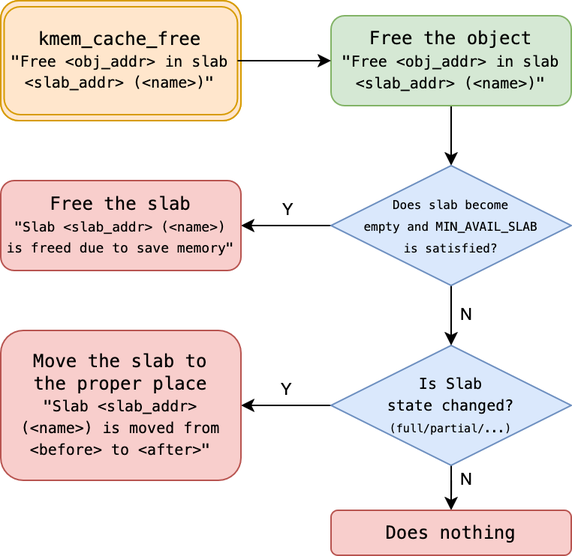
Earlier version of the draw.io export doc/img/mp2-slab-free.png (Shiritai/xv6-ntu-mp). Source tidied: cells renumbered, new cells last; positions are measured from the earlier drawing's top-left corner, leaving out a move shared by most shapes.
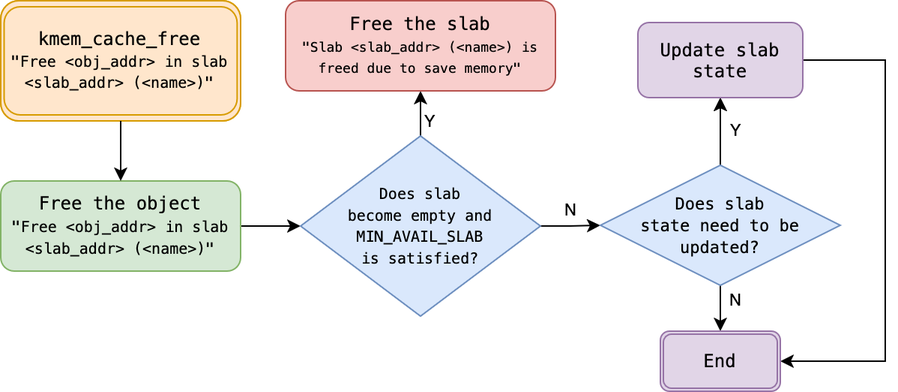
Later version of the same file.

Commit message:
[doc] Fix misleading flowchart and update doc

Diff of the diagram source:
```diff
@@ -2,63 +2,85 @@
   <root>
     <mxCell id="0" />
     <mxCell id="1" parent="0" />
-    <mxCell id="2" style="edgeStyle=orthogonalEdgeStyle;rounded=0;jettySize=auto;html=1;entryX=1;entryY=0.5;entryDx=0;entryDy=0;" parent="1" edge="1" source="5" target="6">
-      <mxGeometry relative="1" as="geometry" />
-    </mxCell>
-    <mxCell id="3" value="Y" style="edgeLabel;html=1;align=center;verticalAlign=middle;labelBackgroundColor=none;" parent="2" vertex="1">
-      <mxGeometry x="-0.21" y="1" relative="1" as="geometry">
-        <mxPoint x="-7" y="-11" as="offset" />
-      </mxGeometry>
-    </mxCell>
-    <mxCell id="4" value="N" style="edgeStyle=orthogonalEdgeStyle;rounded=0;jettySize=auto;html=1;entryX=0.5;entryY=0;entryDx=0;entryDy=0;labelBackgroundColor=none;" parent="1" edge="1" source="5" target="13">
-      <mxGeometry x="-0.6" y="10" relative="1" as="geometry" />
-    </mxCell>
-    <mxCell id="5" value="&lt;div&gt;&lt;font style=&quot;font-size: 10px;&quot; face=&quot;MesloLGM Nerd Font&quot;&gt;Is Slab&lt;/font&gt;&lt;/div&gt;&lt;div&gt;&lt;font style=&quot;font-size: 10px;&quot; face=&quot;MesloLGM Nerd Font&quot;&gt;state &lt;/font&gt;&lt;font style=&quot;font-size: 10px;&quot; face=&quot;MesloLGM Nerd Font&quot;&gt;changed?&lt;/font&gt;&lt;/div&gt;&lt;div&gt;&lt;font style=&quot;font-size: 7.5px;&quot; face=&quot;MesloLGM Nerd Font&quot;&gt;(full/partial/...)&lt;/font&gt;&lt;/div&gt;" style="rhombus;whiteSpace=wrap;html=1;fillColor=#dae8fc;strokeColor=#6c8ebf;rounded=0;" parent="1" vertex="1">
-      <mxGeometry x="220" y="230" width="160" height="80" as="geometry" />
-    </mxCell>
-    <mxCell id="6" value="&lt;div&gt;&lt;font face=&quot;MesloLGM Nerd Font&quot;&gt;Move the slab to&lt;/font&gt;&lt;/div&gt;&lt;div&gt;&lt;font face=&quot;MesloLGM Nerd Font&quot;&gt;the proper place&lt;/font&gt;&lt;/div&gt;&lt;div&gt;&lt;font style=&quot;font-size: 10px;&quot; face=&quot;MesloLGM Nerd Font&quot;&gt;&quot;Slab &amp;lt;slab_addr&amp;gt; (&amp;lt;name&amp;gt;) is moved from &amp;lt;before&amp;gt; to &amp;lt;after&amp;gt;&quot;&lt;/font&gt;&lt;/div&gt;" style="rounded=1;whiteSpace=wrap;html=1;fillColor=#f8cecc;strokeColor=#b85450;spacingLeft=4;spacingRight=4;horizontal=1;" parent="1" vertex="1">
-      <mxGeometry y="220" width="160" height="100" as="geometry" />
-    </mxCell>
-    <mxCell id="7" style="edgeStyle=orthogonalEdgeStyle;rounded=0;jettySize=auto;html=1;entryX=0.5;entryY=0;entryDx=0;entryDy=0;" parent="1" edge="1" source="8" target="18">
+    <mxCell id="7" style="edgeStyle=orthogonalEdgeStyle;rounded=0;jettySize=auto;html=1;entryX=0;entryY=0.5;entryDx=0;entryDy=0;" parent="1" edge="1" source="8" target="18">
       <mxGeometry relative="1" as="geometry" />
     </mxCell>
     <mxCell id="8" value="&lt;div&gt;&lt;font face=&quot;MesloLGM Nerd Font&quot;&gt;Free the object&lt;br&gt;&lt;font style=&quot;font-size: 10px;&quot;&gt;&quot;Free &amp;lt;obj_addr&amp;gt; in slab &amp;lt;slab_addr&amp;gt; (&amp;lt;name&amp;gt;)&quot;&lt;/font&gt;&lt;/font&gt;&lt;/div&gt;" style="rounded=1;whiteSpace=wrap;html=1;fillColor=#d5e8d4;strokeColor=#82b366;" parent="1" vertex="1">
-      <mxGeometry x="220" y="10" width="160" height="60" as="geometry" />
+      <mxGeometry x="-60" y="150" width="160" height="60" as="geometry" />
     </mxCell>
-    <mxCell id="9" style="group;" parent="1" vertex="1">
-      <mxGeometry width="160" height="80" as="geometry" />
-    </mxCell>
-    <mxCell id="10" value="&lt;font face=&quot;MesloLGM Nerd Font&quot;&gt;kmem_cache_alloc&lt;/font&gt;" style="rounded=1;whiteSpace=wrap;html=1;fillColor=#ffe6cc;strokeColor=#d79b00;glass=0;" parent="9" vertex="1">
-      <mxGeometry width="160" height="80" as="geometry" />
-    </mxCell>
-    <mxCell id="11" value="&lt;font face=&quot;MesloLGM Nerd Font&quot;&gt;kmem_cache_alloc&lt;/font&gt;" style="rounded=1;whiteSpace=wrap;html=1;fillColor=#ffe6cc;strokeColor=#d79b00;glass=0;" parent="9" vertex="1">
-      <mxGeometry width="160" height="80" as="geometry" />
-    </mxCell>
+    <mxCell id="20" style="group;" parent="1" vertex="1">
+      <mxGeometry x="-60" y="30" width="160" height="80" as="geometry" />
+    </mxCell>
+    <mxCell id="21" value="&lt;font face=&quot;MesloLGM Nerd Font&quot;&gt;kmem_cache_alloc&lt;/font&gt;" style="rounded=1;whiteSpace=wrap;html=1;fillColor=#ffe6cc;strokeColor=#d79b00;glass=0;" parent="20" vertex="1">
+      <mxGeometry width="160" height="80" as="geometry" />
+    </mxCell>
+    <mxCell id="22" value="&lt;font face=&quot;MesloLGM Nerd Font&quot;&gt;kmem_cache_alloc&lt;/font&gt;" style="rounded=1;whiteSpace=wrap;html=1;fillColor=#ffe6cc;strokeColor=#d79b00;glass=0;" parent="20" vertex="1">
+      <mxGeometry width="160" height="80" as="geometry" />
+    </mxCell>
-    <mxCell id="12" value="&lt;div&gt;&lt;font face=&quot;MesloLGM Nerd Font&quot;&gt;kmem_cache_free&lt;/font&gt;&lt;/div&gt;&lt;font style=&quot;font-size: 10px;&quot; face=&quot;MesloLGM Nerd Font&quot;&gt;&quot;Free &amp;lt;obj_addr&amp;gt; in slab &amp;lt;slab_addr&amp;gt; (&amp;lt;name&amp;gt;)&quot;&lt;/font&gt;" style="rounded=1;whiteSpace=wrap;html=1;fillColor=#ffe6cc;strokeColor=#d79b00;glass=0;" parent="9" vertex="1">
+    <mxCell id="12" value="&lt;div&gt;&lt;font face=&quot;MesloLGM Nerd Font&quot;&gt;kmem_cache_free&lt;/font&gt;&lt;/div&gt;&lt;font style=&quot;font-size: 10px;&quot; face=&quot;MesloLGM Nerd Font&quot;&gt;&quot;Free &amp;lt;obj_addr&amp;gt; in slab &amp;lt;slab_addr&amp;gt; (&amp;lt;name&amp;gt;)&quot;&lt;/font&gt;" style="rounded=1;whiteSpace=wrap;html=1;fillColor=#ffe6cc;strokeColor=#d79b00;glass=0;" parent="20" vertex="1">
       <mxGeometry x="2.3" y="4" width="155.4" height="72" as="geometry" />
     </mxCell>
-    <mxCell id="13" value="&lt;font face=&quot;MesloLGM Nerd Font&quot;&gt;Does nothing&lt;/font&gt;" style="rounded=1;whiteSpace=wrap;html=1;fillColor=#f8cecc;strokeColor=#b85450;" parent="1" vertex="1">
-      <mxGeometry x="220" y="340" width="160" height="30" as="geometry" />
-    </mxCell>
-    <mxCell id="14" style="edgeStyle=orthogonalEdgeStyle;rounded=0;jettySize=auto;html=1;entryX=0;entryY=0.5;entryDx=0;entryDy=0;" parent="1" edge="1" source="12" target="8">
-      <mxGeometry relative="1" as="geometry" />
-    </mxCell>
-    <mxCell id="15" value="N" style="edgeStyle=orthogonalEdgeStyle;rounded=0;jettySize=auto;html=1;entryX=0.5;entryY=0;entryDx=0;entryDy=0;labelBackgroundColor=none;" parent="1" edge="1" source="18" target="5">
-      <mxGeometry y="10" relative="1" as="geometry" />
-    </mxCell>
+    <mxCell id="23" style="edgeStyle=orthogonalEdgeStyle;rounded=0;jettySize=auto;html=1;entryX=0.5;entryY=0;entryDx=0;entryDy=0;exitX=0.5;exitY=1;exitDx=0;exitDy=0;" parent="1" edge="1" source="22" target="8">
+      <mxGeometry relative="1" as="geometry" />
+    </mxCell>
+    <mxCell id="24" value="N" style="edgeStyle=orthogonalEdgeStyle;rounded=0;jettySize=auto;html=1;labelBackgroundColor=none;exitX=1;exitY=0.5;exitDx=0;exitDy=0;entryX=0;entryY=0.5;entryDx=0;entryDy=0;" parent="1" edge="1" source="18" target="31">
+      <mxGeometry y="10" relative="1" as="geometry" />
+    </mxCell>
-    <mxCell id="16" style="edgeStyle=orthogonalEdgeStyle;rounded=0;jettySize=auto;html=1;entryX=1;entryY=0.5;entryDx=0;entryDy=0;" parent="1" edge="1" source="18" target="19">
+    <mxCell id="16" style="edgeStyle=orthogonalEdgeStyle;rounded=0;jettySize=auto;html=1;entryX=0.5;entryY=1;entryDx=0;entryDy=0;" parent="1" edge="1" source="18" target="19">
       <mxGeometry relative="1" as="geometry" />
     </mxCell>
-    <mxCell id="17" value="Y" style="edgeLabel;html=1;align=center;verticalAlign=middle;labelBackgroundColor=none;" parent="16" vertex="1">
-      <mxGeometry x="-0.15" y="-2" relative="1" as="geometry">
-        <mxPoint x="-4" y="-8" as="offset" />
-      </mxGeometry>
-    </mxCell>
+    <mxCell id="25" value="Y" style="edgeLabel;html=1;align=center;verticalAlign=middle;labelBackgroundColor=none;" parent="16" vertex="1">
+      <mxGeometry x="-0.15" y="-2" relative="1" as="geometry">
+        <mxPoint x="8" y="9" as="offset" />
+      </mxGeometry>
+    </mxCell>
+    <mxCell id="26" style="edgeStyle=orthogonalEdgeStyle;rounded=0;jettySize=auto;html=1;entryX=0.5;entryY=1;entryDx=0;entryDy=0;" parent="1" edge="1" target="x">
+      <mxGeometry relative="1" as="geometry">
+        <mxPoint x="420" y="140" as="sourcePoint" />
+      </mxGeometry>
+    </mxCell>
+    <mxCell id="27" value="Y" style="edgeLabel;html=1;align=center;verticalAlign=middle;labelBackgroundColor=none;" parent="26" vertex="1">
+      <mxGeometry x="-0.21" y="1" relative="1" as="geometry">
+        <mxPoint x="11" y="6" as="offset" />
+      </mxGeometry>
+    </mxCell>
-    <mxCell id="18" value="&lt;div&gt;&lt;font style=&quot;font-size: 8px;&quot; face=&quot;MesloLGM Nerd Font&quot;&gt;Does slab become&lt;/font&gt;&lt;/div&gt;&lt;div&gt;&lt;font style=&quot;font-size: 8px;&quot; face=&quot;MesloLGM Nerd Font&quot;&gt;empty and MIN_AVAIL_SLAB&lt;/font&gt;&lt;/div&gt;&lt;div&gt;&lt;font style=&quot;font-size: 8px;&quot; face=&quot;MesloLGM Nerd Font&quot;&gt;is satisfied?&lt;/font&gt;&lt;/div&gt;" style="rhombus;whiteSpace=wrap;html=1;fillColor=#dae8fc;strokeColor=#6c8ebf;rounded=0;" parent="1" vertex="1">
-      <mxGeometry x="220" y="110" width="160" height="80" as="geometry" />
+    <mxCell id="18" value="&lt;div&gt;&lt;font style=&quot;font-size: 10px;&quot; face=&quot;MesloLGM Nerd Font&quot;&gt;Does slab&lt;/font&gt;&lt;/div&gt;&lt;div&gt;&lt;font style=&quot;font-size: 10px;&quot; face=&quot;MesloLGM Nerd Font&quot;&gt;become empty and&lt;/font&gt;&lt;/div&gt;&lt;div&gt;&lt;font style=&quot;font-size: 10px;&quot; face=&quot;MesloLGM Nerd Font&quot;&gt;MIN_AVAIL_SLAB&lt;/font&gt;&lt;/div&gt;&lt;div&gt;&lt;font style=&quot;font-size: 10px;&quot; face=&quot;MesloLGM Nerd Font&quot;&gt;is satisfied?&lt;/font&gt;&lt;/div&gt;" style="rhombus;whiteSpace=wrap;html=1;fillColor=#dae8fc;strokeColor=#6c8ebf;rounded=0;" parent="1" vertex="1">
+      <mxGeometry x="140" y="120" width="160" height="120" as="geometry" />
     </mxCell>
     <mxCell id="19" value="&lt;div&gt;&lt;font face=&quot;MesloLGM Nerd Font&quot;&gt;Free the slab&lt;/font&gt;&lt;/div&gt;&lt;font style=&quot;font-size: 9px;&quot; face=&quot;MesloLGM Nerd Font&quot;&gt;&quot;Slab &amp;lt;slab_addr&amp;gt; (&amp;lt;name&amp;gt;) is freed due to save memory&quot;&lt;/font&gt;" style="rounded=1;whiteSpace=wrap;html=1;fillColor=#f8cecc;strokeColor=#b85450;spacingLeft=2;spacingRight=2;" parent="1" vertex="1">
-      <mxGeometry y="120" width="160" height="60" as="geometry" />
+      <mxGeometry x="130" y="30" width="180" height="60" as="geometry" />
     </mxCell>
+    <mxCell id="28" style="edgeStyle=orthogonalEdgeStyle;rounded=0;jettySize=auto;html=1;entryX=0.5;entryY=1;entryDx=0;entryDy=0;" parent="1" edge="1" source="31" target="33">
+      <mxGeometry relative="1" as="geometry" />
+    </mxCell>
+    <mxCell id="29" value="N" style="edgeStyle=orthogonalEdgeStyle;rounded=0;jettySize=auto;html=1;entryX=0.5;entryY=0;entryDx=0;entryDy=0;labelBackgroundColor=none;" parent="1" edge="1" source="31" target="35">
+      <mxGeometry x="0.19" y="10" relative="1" as="geometry" />
+    </mxCell>
+    <mxCell id="30" value="&lt;div&gt;Y&lt;/div&gt;" style="edgeStyle=orthogonalEdgeStyle;rounded=0;jettySize=auto;html=1;labelBackgroundColor=none;" parent="1" edge="1" source="31" target="33">
+      <mxGeometry y="-10" relative="1" as="geometry" />
+    </mxCell>
+    <mxCell id="31" value="&lt;div&gt;&lt;font style=&quot;font-size: 11px;&quot; face=&quot;MesloLGM Nerd Font&quot;&gt;Does slab&lt;/font&gt;&lt;/div&gt;&lt;div&gt;&lt;font style=&quot;font-size: 11px;&quot; face=&quot;MesloLGM Nerd Font&quot;&gt;state need to be&lt;/font&gt;&lt;/div&gt;&lt;div&gt;&lt;font style=&quot;font-size: 11px;&quot; face=&quot;MesloLGM Nerd Font&quot;&gt;updated?&lt;/font&gt;&lt;/div&gt;" style="rhombus;whiteSpace=wrap;html=1;fillColor=#dae8fc;strokeColor=#6c8ebf;rounded=0;" parent="1" vertex="1">
+      <mxGeometry x="340" y="139.5" width="160" height="80" as="geometry" />
+    </mxCell>
+    <mxCell id="32" style="edgeStyle=orthogonalEdgeStyle;rounded=0;jettySize=auto;html=1;entryX=1;entryY=0.5;entryDx=0;entryDy=0;" parent="1" edge="1" source="33" target="35">
+      <mxGeometry relative="1" as="geometry">
+        <Array as="points">
+          <mxPoint x="530" y="70" />
+          <mxPoint x="530" y="270" />
+        </Array>
+      </mxGeometry>
+    </mxCell>
+    <mxCell id="33" value="Update slab state" style="rounded=1;whiteSpace=wrap;html=1;fillColor=#e1d5e7;strokeColor=#9673a6;fontFamily=MesloLGM Nerd Font;" parent="1" vertex="1">
+      <mxGeometry x="365" y="44.5" width="110" height="50" as="geometry" />
+    </mxCell>
+    <mxCell id="34" style="group;" parent="1" vertex="1">
+      <mxGeometry x="380" y="250" width="80" height="40" as="geometry" />
+    </mxCell>
+    <mxCell id="35" value="End" style="rounded=1;whiteSpace=wrap;html=1;fillColor=#e1d5e7;strokeColor=#9673a6;fontFamily=MesloLGM Nerd Font;" parent="34" vertex="1">
+      <mxGeometry width="80" height="40" as="geometry" />
+    </mxCell>
+    <mxCell id="36" value="End" style="rounded=1;whiteSpace=wrap;html=1;fillColor=#e1d5e7;strokeColor=#9673a6;fontFamily=MesloLGM Nerd Font;" parent="34" vertex="1">
+      <mxGeometry x="2" y="2" width="76" height="36" as="geometry" />
+    </mxCell>
   </root>
 </mxGraphModel>
```
